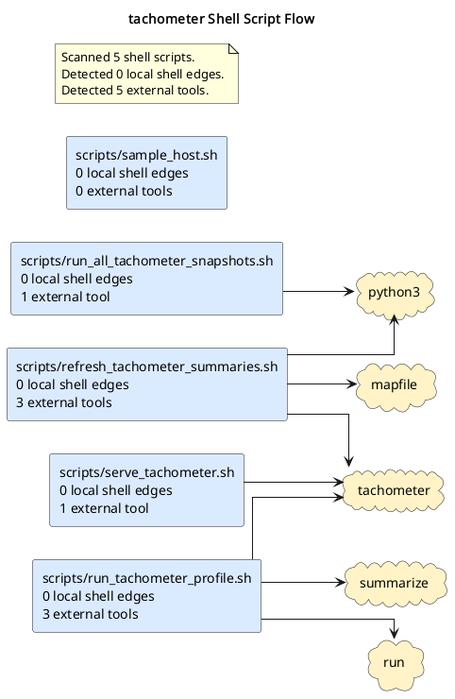
Before: docs/diagrams/shell-call-graph.puml.png, a diagram exported from PlantUML (casonk/tachometer).
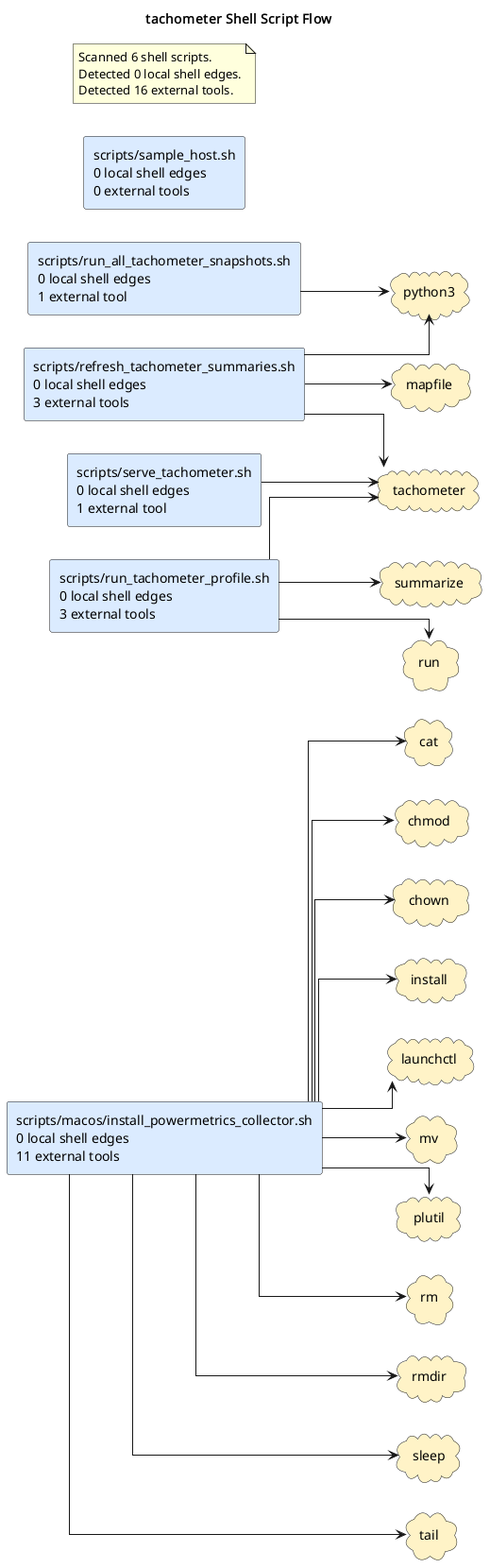
After the change.

Diff of the diagram source:
```diff
@@ -5,16 +5,39 @@
 skinparam defaultFontName Monospace
 skinparam componentStyle rectangle
 skinparam linetype ortho
+rectangle "scripts/macos/install_powermetrics_collector.sh\n0 local shell edges\n11 external tools" as shell_scripts_macos_install_powermetrics_collector_sh #DBEAFE
 rectangle "scripts/refresh_tachometer_summaries.sh\n0 local shell edges\n3 external tools" as shell_scripts_refresh_tachometer_summaries_sh #DBEAFE
 rectangle "scripts/run_all_tachometer_snapshots.sh\n0 local shell edges\n1 external tool" as shell_scripts_run_all_tachometer_snapshots_sh #DBEAFE
 rectangle "scripts/run_tachometer_profile.sh\n0 local shell edges\n3 external tools" as shell_scripts_run_tachometer_profile_sh #DBEAFE
 rectangle "scripts/sample_host.sh\n0 local shell edges\n0 external tools" as shell_scripts_sample_host_sh #DBEAFE
 rectangle "scripts/serve_tachometer.sh\n0 local shell edges\n1 external tool" as shell_scripts_serve_tachometer_sh #DBEAFE
+cloud "cat" as tool_cat #FEF3C7
+cloud "chmod" as tool_chmod #FEF3C7
+cloud "chown" as tool_chown #FEF3C7
+cloud "install" as tool_install #FEF3C7
+cloud "launchctl" as tool_launchctl #FEF3C7
 cloud "mapfile" as tool_mapfile #FEF3C7
+cloud "mv" as tool_mv #FEF3C7
+cloud "plutil" as tool_plutil #FEF3C7
 cloud "python3" as tool_python3 #FEF3C7
+cloud "rm" as tool_rm #FEF3C7
+cloud "rmdir" as tool_rmdir #FEF3C7
 cloud "run" as tool_run #FEF3C7
+cloud "sleep" as tool_sleep #FEF3C7
 cloud "summarize" as tool_summarize #FEF3C7
 cloud "tachometer" as tool_tachometer #FEF3C7
+cloud "tail" as tool_tail #FEF3C7
+shell_scripts_macos_install_powermetrics_collector_sh --> tool_cat
+shell_scripts_macos_install_powermetrics_collector_sh --> tool_chmod
+shell_scripts_macos_install_powermetrics_collector_sh --> tool_chown
+shell_scripts_macos_install_powermetrics_collector_sh --> tool_install
+shell_scripts_macos_install_powermetrics_collector_sh --> tool_launchctl
+shell_scripts_macos_install_powermetrics_collector_sh --> tool_mv
+shell_scripts_macos_install_powermetrics_collector_sh --> tool_plutil
+shell_scripts_macos_install_powermetrics_collector_sh --> tool_rm
+shell_scripts_macos_install_powermetrics_collector_sh --> tool_rmdir
+shell_scripts_macos_install_powermetrics_collector_sh --> tool_sleep
+shell_scripts_macos_install_powermetrics_collector_sh --> tool_tail
 shell_scripts_refresh_tachometer_summaries_sh --> tool_mapfile
 shell_scripts_refresh_tachometer_summaries_sh --> tool_python3
 shell_scripts_refresh_tachometer_summaries_sh --> tool_tachometer
@@ -24,8 +47,8 @@
 shell_scripts_run_tachometer_profile_sh --> tool_tachometer
 shell_scripts_serve_tachometer_sh --> tool_tachometer
 note as shellGraphSummary
-Scanned 5 shell scripts.
+Scanned 6 shell scripts.
 Detected 0 local shell edges.
-Detected 5 external tools.
+Detected 16 external tools.
 end note
 @enduml
```
